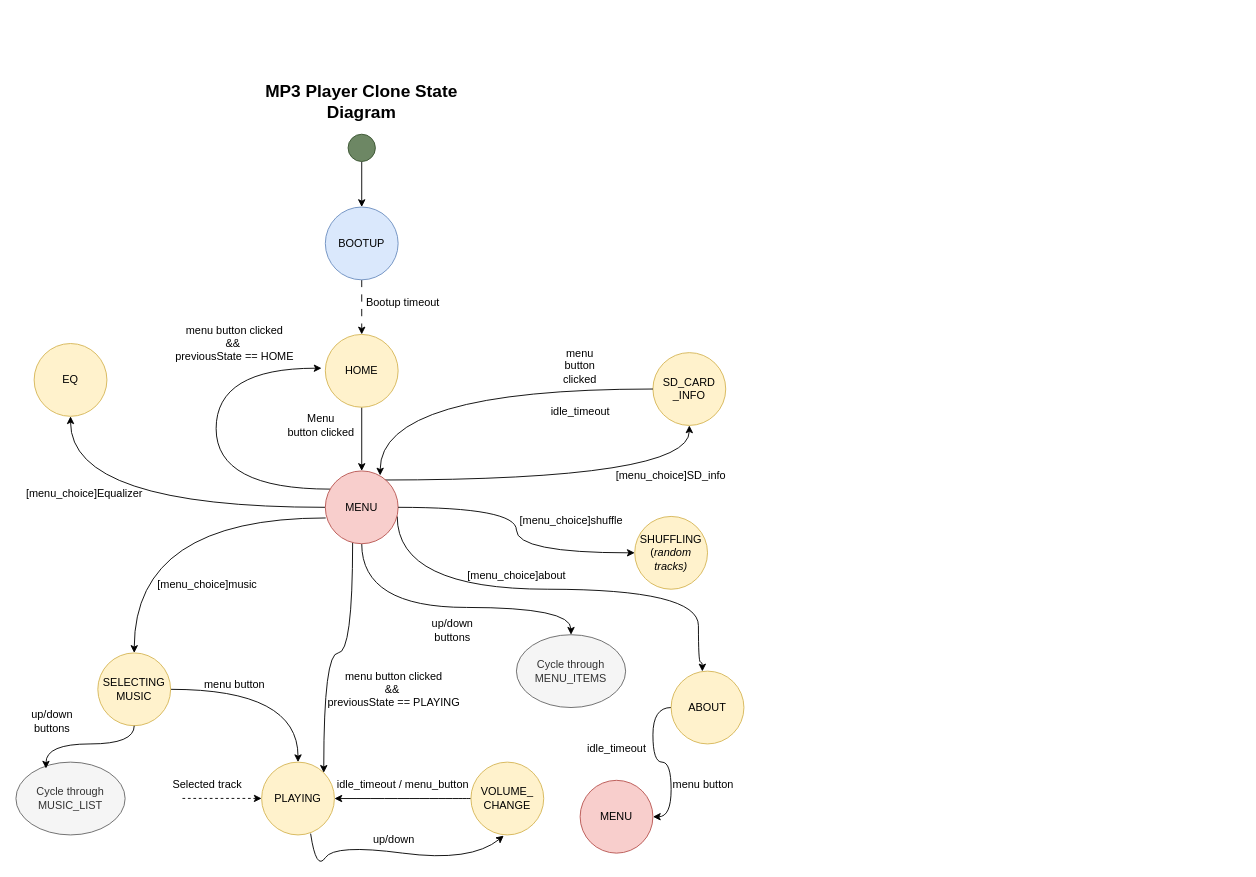
This is state-diagram/MusicPlayerStateDiagram.drawio from bytecod3/MusiQ-Player, a draw.io file, before an edit. Source tidied: cells renumbered, new cells numbered last; positions are measured from the earlier drawing's top-left corner, leaving out a move shared by most shapes. Both pictures are drawn from the tidied source at 91%, with x=0, y=0 at pixel (15, 88).
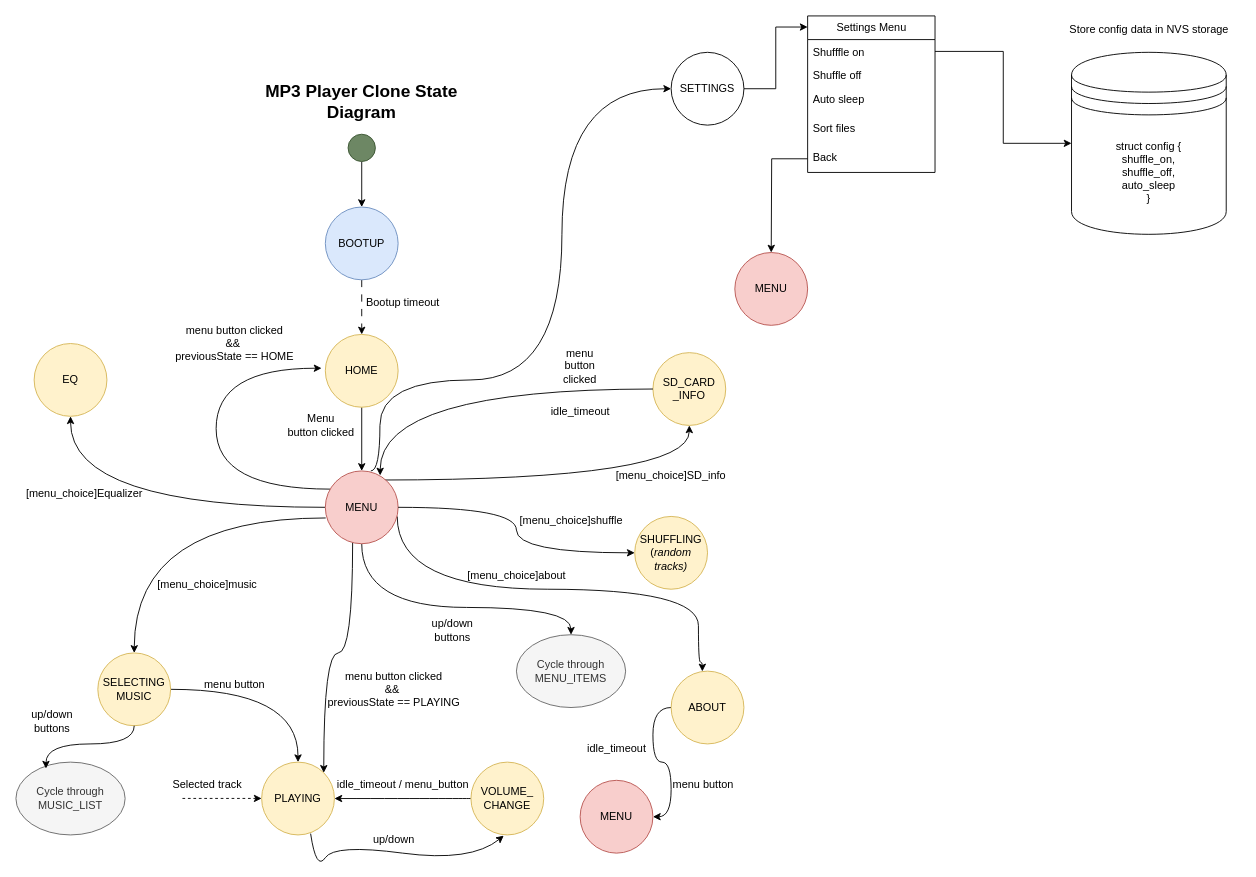
The same diagram, later.

The change refers to these unchanged cells:
```xml
<mxCell id="15" value="MENU" style="ellipse;whiteSpace=wrap;html=1;fillColor=#f8cecc;strokeColor=#b85450;" parent="1" vertex="1">
  <mxGeometry x="340" y="420" width="80" height="80" as="geometry" />
</mxCell>
```

The edit, as a diff of the source:
```diff
@@
+    <mxCell id="56" value="SETTINGS" style="ellipse;whiteSpace=wrap;html=1;" parent="1" vertex="1">
+      <mxGeometry x="720" y="-40" width="80" height="80" as="geometry" />
+    </mxCell>
+    <mxCell id="57" style="edgeStyle=orthogonalEdgeStyle;rounded=0;jettySize=auto;html=1;entryX=0.413;entryY=0.988;entryDx=0;entryDy=0;entryPerimeter=0;curved=1;exitX=0.625;exitY=0;exitDx=0;exitDy=0;exitPerimeter=0;" parent="1" edge="1" source="15">
+      <mxGeometry relative="1" as="geometry">
+        <mxPoint x="720" as="targetPoint" />
+        <Array as="points">
+          <mxPoint x="400" y="420" />
+          <mxPoint x="400" y="320" />
+          <mxPoint x="600" y="320" />
+          <mxPoint x="600" />
+        </Array>
+      </mxGeometry>
+    </mxCell>
+    <mxCell id="58" value="Settings Menu" style="swimlane;fontStyle=0;horizontal=1;startSize=26;fillColor=none;html=1;" parent="1" vertex="1">
+      <mxGeometry x="870" y="-80" width="140" height="172" as="geometry" />
+    </mxCell>
+    <mxCell id="59" value="Shufffle on" style="text;strokeColor=none;fillColor=none;align=left;verticalAlign=top;spacingLeft=4;spacingRight=4;overflow=hidden;points=[[0,0.5],[1,0.5]];portConstraint=eastwest;whiteSpace=wrap;html=1;" parent="58" vertex="1">
+      <mxGeometry y="26" width="140" height="26" as="geometry" />
+    </mxCell>
+    <mxCell id="60" value="Shuffle off" style="text;strokeColor=none;fillColor=none;align=left;verticalAlign=top;spacingLeft=4;spacingRight=4;overflow=hidden;whiteSpace=wrap;html=1;" parent="58" vertex="1">
+      <mxGeometry y="52" width="140" height="26" as="geometry" />
+    </mxCell>
+    <mxCell id="61" value="Auto sleep" style="text;strokeColor=none;fillColor=none;align=left;verticalAlign=top;spacingLeft=4;spacingRight=4;overflow=hidden;whiteSpace=wrap;html=1;" parent="58" vertex="1">
+      <mxGeometry y="78" width="140" height="32" as="geometry" />
+    </mxCell>
+    <mxCell id="62" style="edgeStyle=orthogonalEdgeStyle;rounded=0;jettySize=auto;html=1;" parent="58" edge="1" source="64">
+      <mxGeometry relative="1" as="geometry">
+        <mxPoint x="-40" y="260" as="targetPoint" />
+      </mxGeometry>
+    </mxCell>
+    <mxCell id="63" value="Sort files" style="text;strokeColor=none;fillColor=none;align=left;verticalAlign=top;spacingLeft=4;spacingRight=4;overflow=hidden;whiteSpace=wrap;html=1;" parent="58" vertex="1">
+      <mxGeometry y="110" width="140" height="32" as="geometry" />
+    </mxCell>
+    <mxCell id="64" value="Back" style="text;strokeColor=none;fillColor=none;align=left;verticalAlign=top;spacingLeft=4;spacingRight=4;overflow=hidden;points=[[0,0.5],[1,0.5]];portConstraint=eastwest;whiteSpace=wrap;html=1;" parent="58" vertex="1">
+      <mxGeometry y="142" width="140" height="30" as="geometry" />
+    </mxCell>
+    <mxCell id="65" style="edgeStyle=orthogonalEdgeStyle;rounded=0;jettySize=auto;html=1;entryX=0;entryY=0.071;entryDx=0;entryDy=0;entryPerimeter=0;" parent="1" edge="1" source="56" target="58">
+      <mxGeometry relative="1" as="geometry" />
+    </mxCell>
+    <mxCell id="66" value="MENU" style="ellipse;whiteSpace=wrap;html=1;fillColor=#f8cecc;strokeColor=#b85450;" parent="1" vertex="1">
+      <mxGeometry x="790" y="180" width="80" height="80" as="geometry" />
+    </mxCell>
+    <mxCell id="67" value="struct config {&lt;br&gt;shuffle_on,&lt;br&gt;shuffle_off,&lt;br&gt;auto_sleep&lt;br&gt;}" style="shape=datastore;whiteSpace=wrap;html=1;" parent="1" vertex="1">
+      <mxGeometry x="1160" y="-40" width="170" height="200" as="geometry" />
+    </mxCell>
+    <mxCell id="68" style="edgeStyle=orthogonalEdgeStyle;rounded=0;jettySize=auto;html=1;entryX=0;entryY=0.5;entryDx=0;entryDy=0;" parent="1" edge="1" source="59" target="67">
+      <mxGeometry relative="1" as="geometry" />
+    </mxCell>
+    <mxCell id="69" value="Store config data in NVS storage" style="text;html=1;align=center;verticalAlign=middle;strokeColor=none;fillColor=none;" parent="1" vertex="1">
+      <mxGeometry x="1145" y="-80" width="200" height="30" as="geometry" />
+    </mxCell>
```
